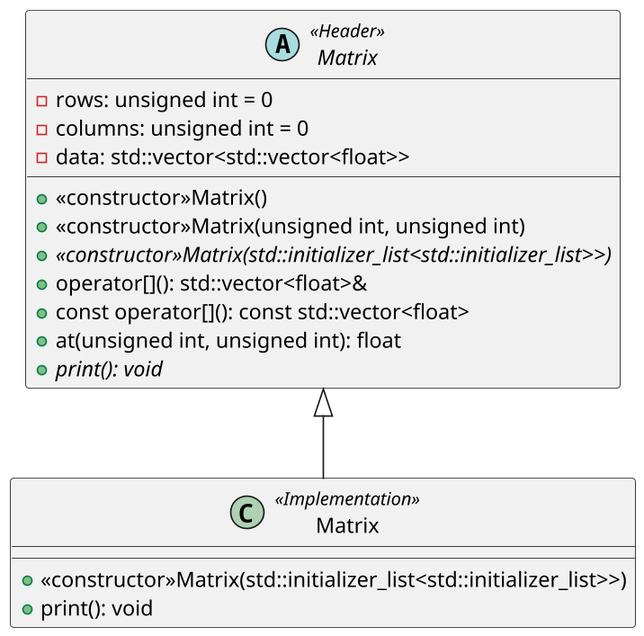
This is docs/classes.png from Memnonov/fun_with_matrices, a PlantUML export, as it was before one commit.
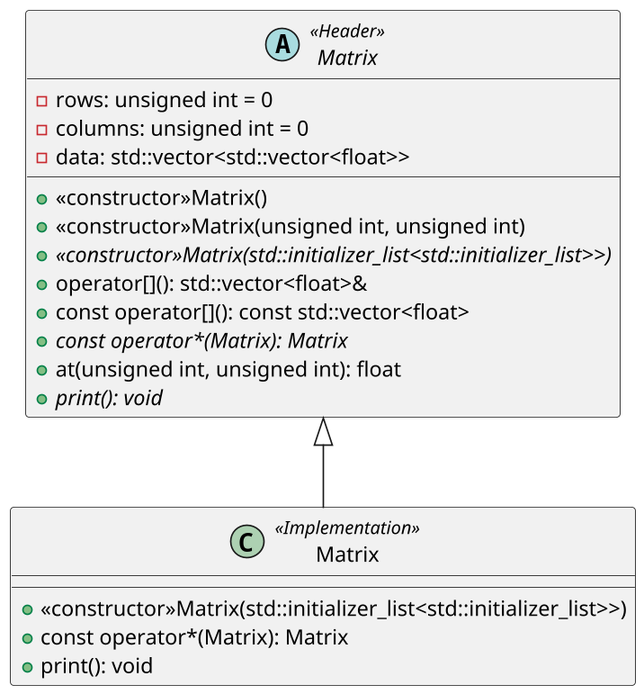
After the commit.

The edit, as a diff of the source:
```diff
@@ -12,12 +12,14 @@
   +{abstract}<<constructor>>Matrix(std::initializer_list<std::initializer_list>>)
   +operator[](): std::vector<float>&
   +const operator[](): const std::vector<float>
+  +{abstract}const operator*(Matrix): Matrix
   +at(unsigned int, unsigned int): float
   +{abstract} print(): void
 }
 
 class "Matrix" as m_implementation <<Implementation>> extends m_header {
   +<<constructor>>Matrix(std::initializer_list<std::initializer_list>>)
+  +const operator*(Matrix): Matrix
   +print(): void
 }
 
```
